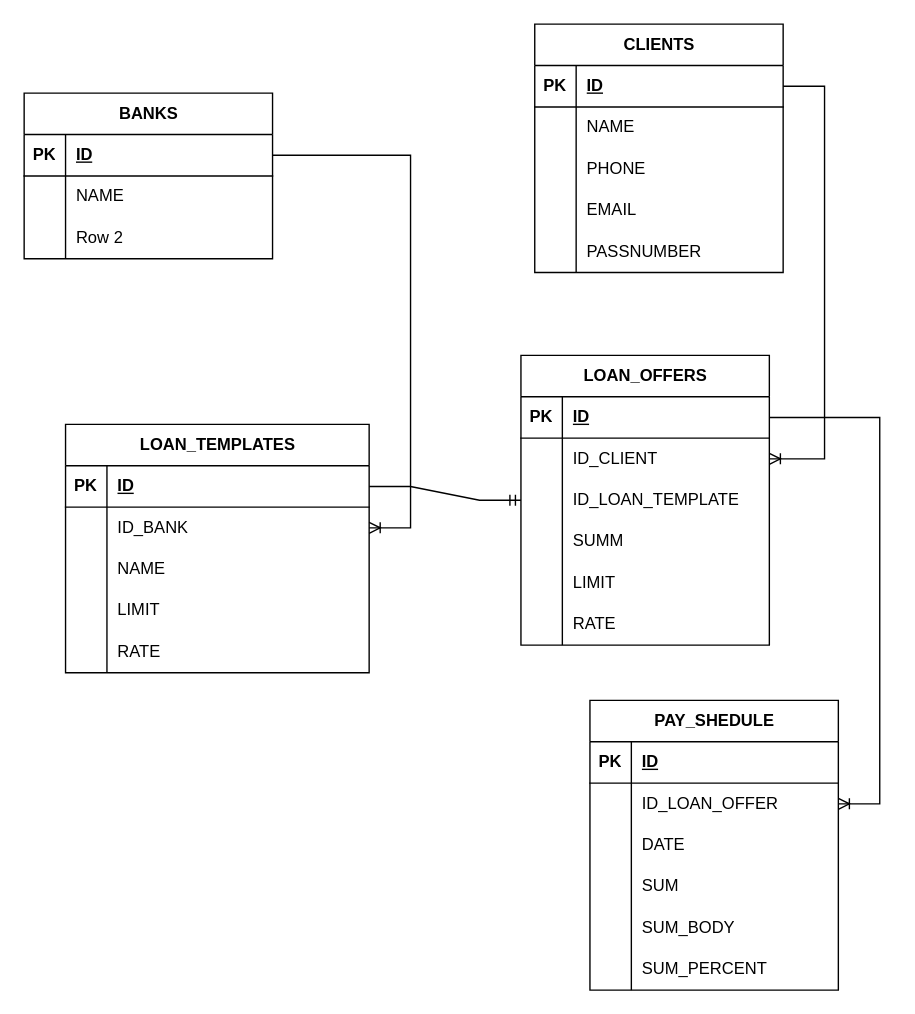
This is Диаграмма без названия.drawio from other95/team2_db_structure, a draw.io file, before an edit. Source tidied: cells renumbered, new cells numbered last; positions are measured from the earlier drawing's top-left corner, leaving out a move shared by most shapes. Both pictures are drawn from the tidied source at 138%, with x=0, y=0 at pixel (23, 23).
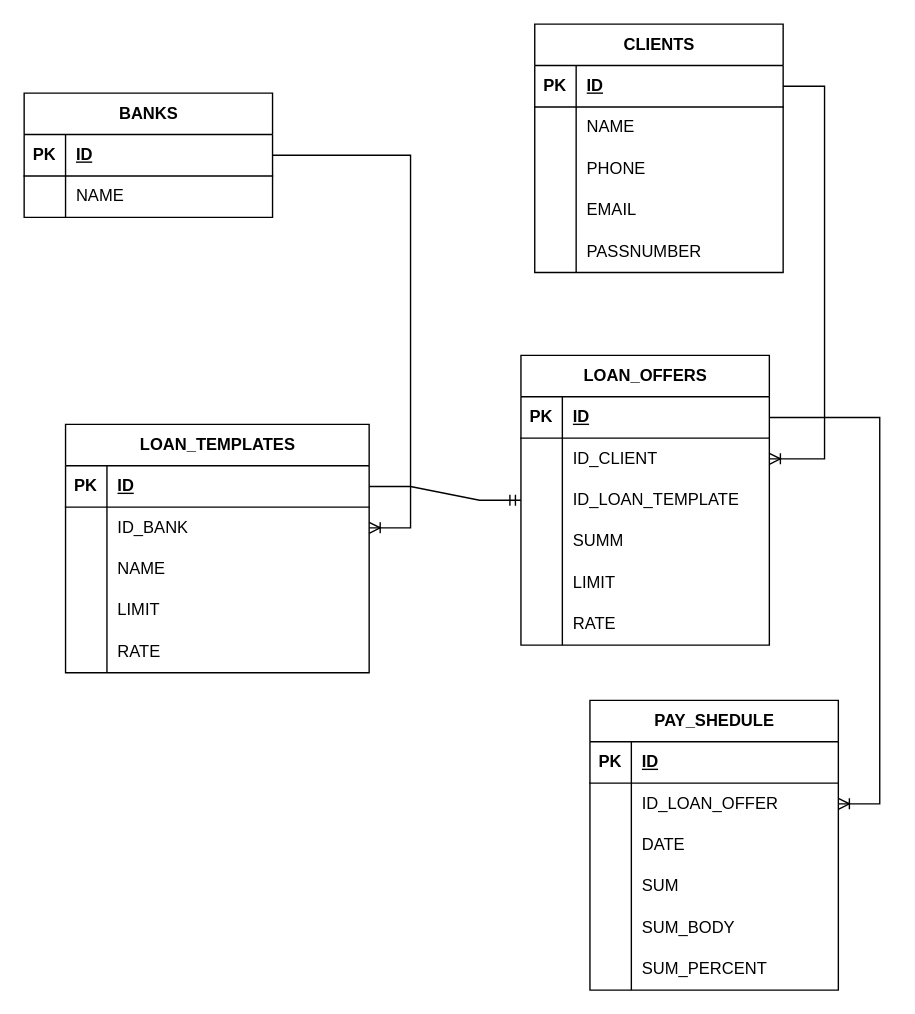
After the change.

Change to the diagram source:
```diff
@@
     <mxCell id="18" value="BANKS" style="shape=table;startSize=30;childLayout=tableLayout;rowLines=0;fontStyle=1;align=center;html=1;" parent="1" vertex="1">
-      <mxGeometry y="50" width="180" height="120" as="geometry" />
+      <mxGeometry y="50" width="180" height="90" as="geometry" />
     </mxCell>
@@
-    <mxCell id="25" style="shape=tableRow;horizontal=0;startSize=0;swimlaneHead=0;swimlaneBody=0;fillColor=none;top=0;left=0;right=0;bottom=0;" parent="18" vertex="1">
-      <mxGeometry y="90" width="180" height="30" as="geometry" />
-    </mxCell>
-    <mxCell id="26" style="shape=partialRectangle;fillColor=none;top=0;left=0;bottom=0;right=0;overflow=hidden;whiteSpace=wrap;html=1;" parent="25" vertex="1">
-      <mxGeometry width="30" height="30" as="geometry" />
-    </mxCell>
-    <mxCell id="27" value="Row 2" style="shape=partialRectangle;fillColor=none;top=0;left=0;bottom=0;right=0;align=left;spacingLeft=6;overflow=hidden;whiteSpace=wrap;html=1;" parent="25" vertex="1">
-      <mxGeometry x="30" width="150" height="30" as="geometry" />
-    </mxCell>
```
